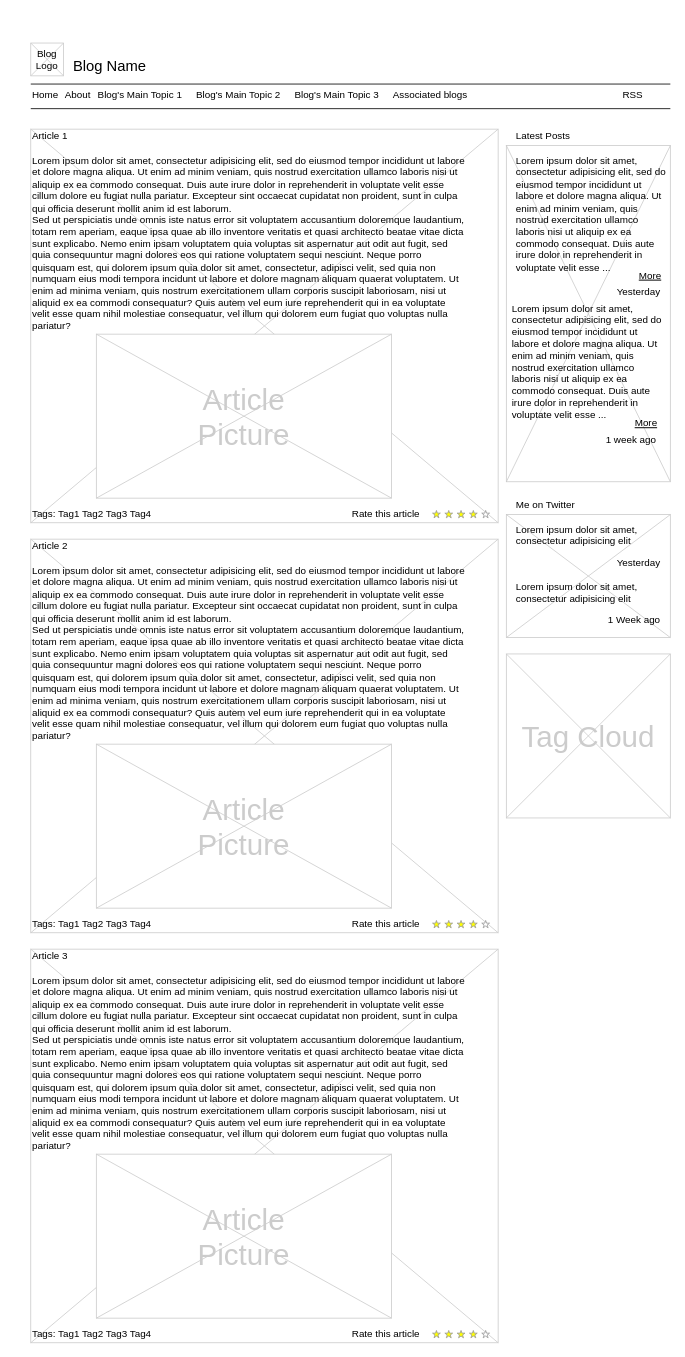
The draw.io diagram img/Untitled Diagram.drawio in Lomalarch/Magalogue, before the edit. Source tidied: cells renumbered, new cells numbered last; positions are measured from the earlier drawing's top-left corner, leaving out a move shared by most shapes. Both pictures are drawn from the tidied source at 82%, with x=0, y=0 at pixel (30, 43).
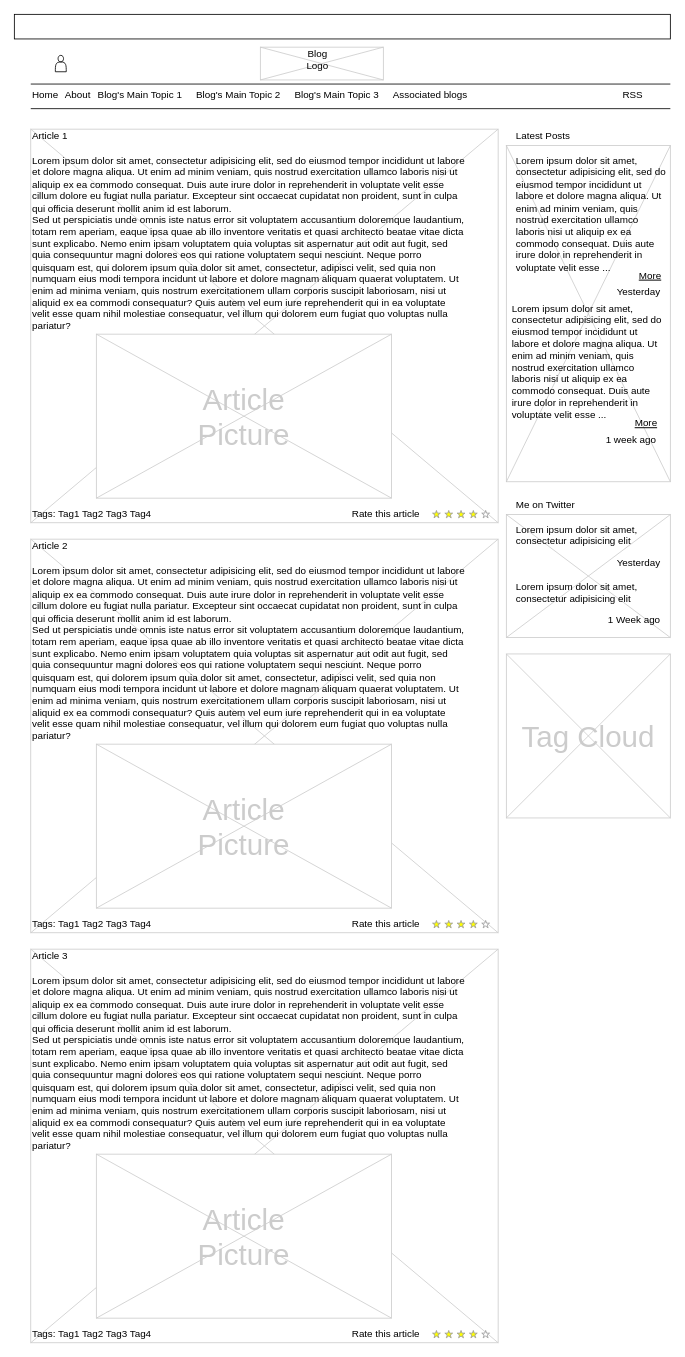
Above is the later version.

The edit, as a diff of the source:
```diff
@@
-    <mxCell id="4" value="Blog Name" style="text;spacingTop=-5;fontSize=18;fontStyle=0;" parent="1" vertex="1">
-      <mxGeometry x="50" y="15" width="230" height="20" as="geometry" />
-    </mxCell>
@@
     <mxCell id="20" style="verticalLabelPosition=bottom;verticalAlign=top;strokeWidth=1;shape=mxgraph.mockup.graphics.iconGrid;strokeColor=#CCCCCC;gridSize=1,1;" parent="1" vertex="1">
-      <mxGeometry width="40" height="40" as="geometry" />
+      <mxGeometry x="280" y="5" width="150" height="40" as="geometry" />
     </mxCell>
     <mxCell id="21" value="Blog &#10;Logo" style="text;spacingTop=-5;align=center;" parent="1" vertex="1">
-      <mxGeometry y="5" width="40" height="40" as="geometry" />
+      <mxGeometry x="260" y="5" width="180" height="40" as="geometry" />
     </mxCell>
@@
+    <mxCell id="54" style="rounded=0;whiteSpace=wrap;html=1;" parent="1" vertex="1">
+      <mxGeometry x="-20" y="-35" width="800" height="30" as="geometry" />
+    </mxCell>
+    <mxCell id="55" style="shape=actor;whiteSpace=wrap;html=1;" parent="1" vertex="1">
+      <mxGeometry x="30" y="15" width="13.3" height="20" as="geometry" />
+    </mxCell>
```
